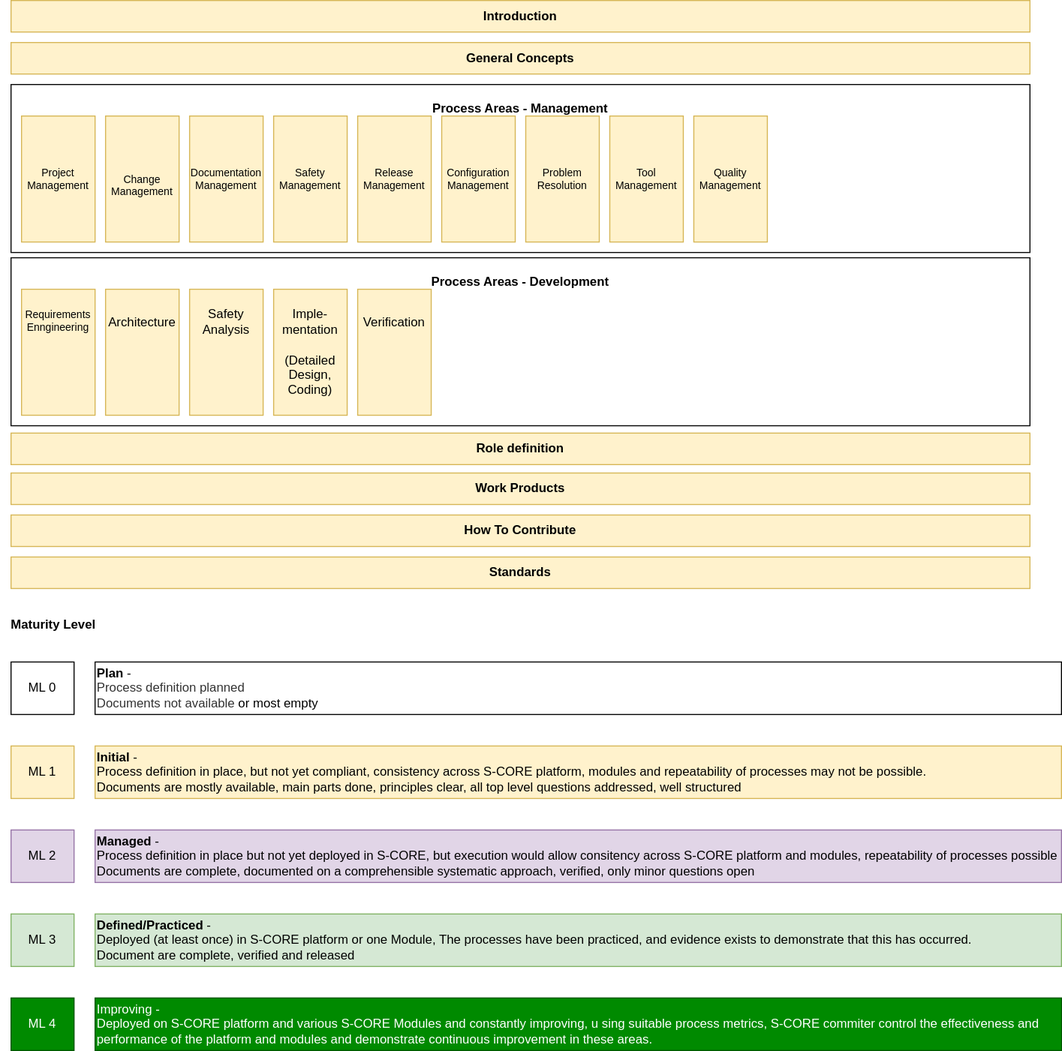
This is main/_images/score_process_area_overview.drawio.svg from eclipse-score/process_description, a draw.io export, as it was before one commit. Source tidied: cells renumbered, new cells last; positions are measured from the earlier drawing's top-left corner, leaving out a move shared by most shapes.
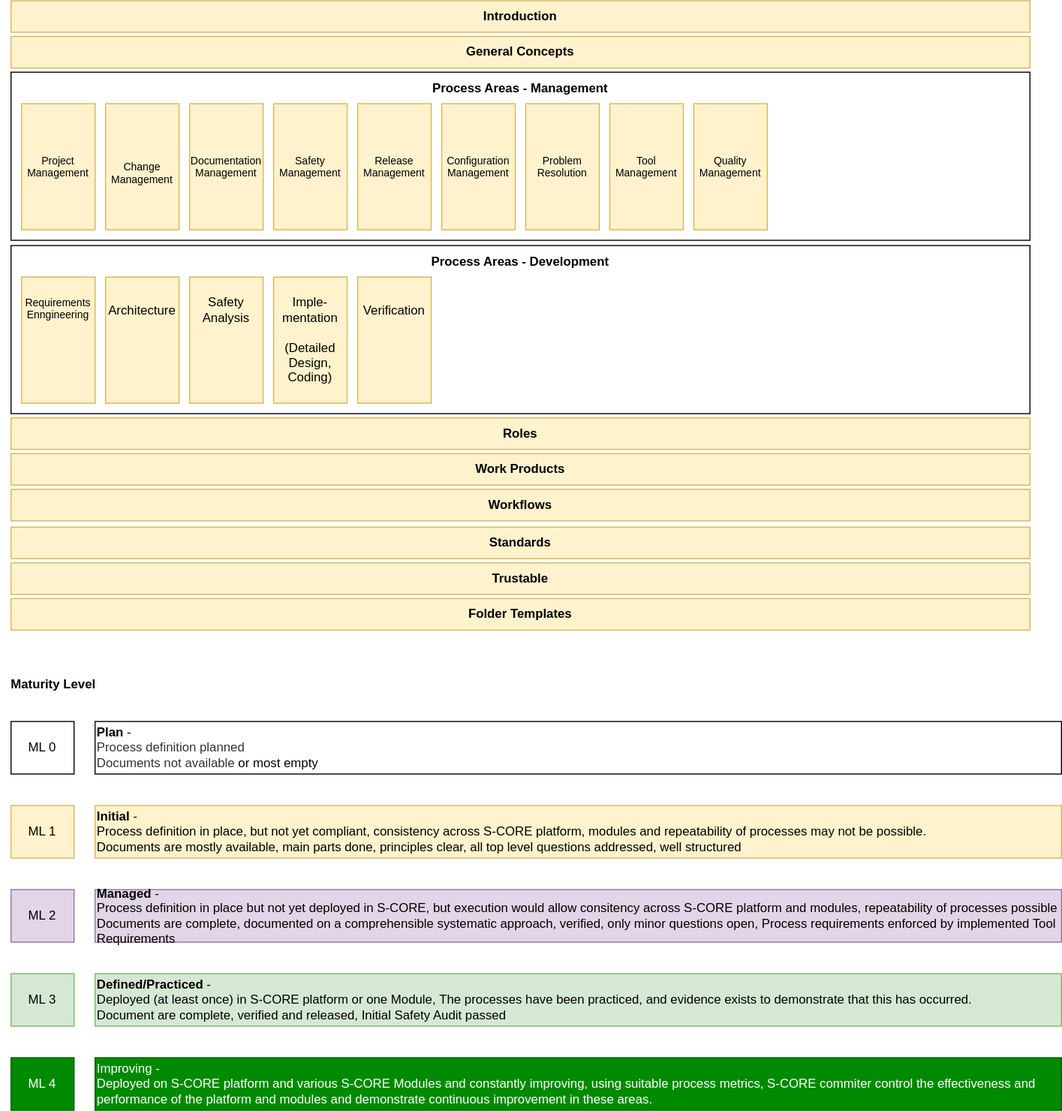
The same diagram one commit later.

The edit, as a diff of the source:
```diff
@@ -6,7 +6,7 @@
       <mxGeometry x="10" y="245" width="970" height="160" as="geometry" />
     </mxCell>
     <mxCell id="3" value="&lt;span style=&quot;&quot;&gt;Introduction&lt;/span&gt;" style="rounded=0;whiteSpace=wrap;html=1;fontStyle=1;fillColor=#fff2cc;strokeColor=#d6b656;" parent="1" vertex="1">
-      <mxGeometry x="10" width="970" height="30" as="geometry" />
+      <mxGeometry x="10" y="12" width="970" height="30" as="geometry" />
     </mxCell>
     <mxCell id="4" value="&lt;b&gt;&lt;br&gt;&lt;br&gt;Process Areas - Management&lt;br&gt;&lt;br&gt;&lt;br&gt;&lt;br&gt;&lt;br&gt;&lt;br&gt;&lt;br&gt;&lt;br&gt;&lt;br&gt;&lt;br&gt;&lt;br&gt;&amp;nbsp;&lt;/b&gt;" style="rounded=0;whiteSpace=wrap;html=1;" parent="1" vertex="1">
       <mxGeometry x="10" y="80" width="970" height="160" as="geometry" />
@@ -24,13 +24,13 @@
       <mxGeometry x="180" y="110" width="70" height="120" as="geometry" />
     </mxCell>
     <mxCell id="9" value="&lt;span style=&quot;&quot;&gt;General Concepts&lt;/span&gt;" style="rounded=0;whiteSpace=wrap;html=1;fontStyle=1;fillColor=#fff2cc;strokeColor=#d6b656;" parent="1" vertex="1">
-      <mxGeometry x="10" y="40" width="970" height="30" as="geometry" />
+      <mxGeometry x="10" y="46" width="970" height="30" as="geometry" />
     </mxCell>
     <mxCell id="10" value="&lt;span style=&quot;&quot;&gt;Standards&lt;/span&gt;" style="rounded=0;whiteSpace=wrap;html=1;fontStyle=1;fillColor=#fff2cc;strokeColor=#d6b656;" parent="1" vertex="1">
-      <mxGeometry x="10" y="530" width="970" height="30" as="geometry" />
+      <mxGeometry x="10" y="513" width="970" height="30" as="geometry" />
     </mxCell>
-    <mxCell id="11" value="&lt;span style=&quot;&quot;&gt;Role definition&lt;/span&gt;" style="rounded=0;whiteSpace=wrap;html=1;fontStyle=1;fillColor=#fff2cc;strokeColor=#d6b656;" parent="1" vertex="1">
-      <mxGeometry x="10" y="412" width="970" height="30" as="geometry" />
+    <mxCell id="11" value="&lt;span style=&quot;&quot;&gt;Roles&lt;/span&gt;" style="rounded=0;whiteSpace=wrap;html=1;fontStyle=1;fillColor=#fff2cc;strokeColor=#d6b656;" parent="1" vertex="1">
+      <mxGeometry x="10" y="409" width="970" height="30" as="geometry" />
     </mxCell>
     <mxCell id="12" value="&lt;br&gt;Architecture&lt;br&gt;&lt;br&gt;&lt;br&gt;&lt;br&gt;&lt;br&gt;&lt;br&gt;" style="rounded=0;whiteSpace=wrap;html=1;fillColor=#fff2cc;strokeColor=#d6b656;" parent="1" vertex="1">
       <mxGeometry x="100" y="275" width="70" height="120" as="geometry" />
@@ -42,13 +42,13 @@
       <mxGeometry x="500" y="110" width="70" height="120" as="geometry" />
     </mxCell>
     <mxCell id="15" value="ML 4" style="rounded=0;whiteSpace=wrap;html=1;fillColor=#008a00;strokeColor=#005700;fontColor=#ffffff;" parent="1" vertex="1">
-      <mxGeometry x="10" y="950" width="60" height="50" as="geometry" />
+      <mxGeometry x="10" y="1018" width="60" height="50" as="geometry" />
     </mxCell>
     <mxCell id="16" value="ML 2" style="rounded=0;whiteSpace=wrap;html=1;fillColor=#e1d5e7;strokeColor=#9673a6;" parent="1" vertex="1">
-      <mxGeometry x="10" y="790" width="60" height="50" as="geometry" />
+      <mxGeometry x="10" y="858" width="60" height="50" as="geometry" />
     </mxCell>
     <mxCell id="17" value="ML 1" style="rounded=0;whiteSpace=wrap;html=1;fillColor=#fff2cc;strokeColor=#d6b656;" parent="1" vertex="1">
-      <mxGeometry x="10" y="710" width="60" height="50" as="geometry" />
+      <mxGeometry x="10" y="778" width="60" height="50" as="geometry" />
     </mxCell>
     <mxCell id="18" value="&lt;br&gt;&lt;br&gt;Verification&lt;br&gt;&lt;br&gt;&lt;br&gt;&lt;br&gt;&lt;br&gt;&lt;br&gt;&lt;br&gt;" style="rounded=0;whiteSpace=wrap;html=1;fillColor=#fff2cc;strokeColor=#d6b656;" parent="1" vertex="1">
       <mxGeometry x="340" y="275" width="70" height="120" as="geometry" />
@@ -66,40 +66,46 @@
       <mxGeometry x="20" y="110" width="70" height="120" as="geometry" />
     </mxCell>
     <mxCell id="23" value="&lt;b&gt;Maturity Level&lt;/b&gt;" style="text;html=1;align=center;verticalAlign=middle;strokeColor=none;fillColor=none;" parent="1" vertex="1">
-      <mxGeometry y="580" width="100" height="30" as="geometry" />
+      <mxGeometry y="648" width="100" height="30" as="geometry" />
     </mxCell>
     <mxCell id="24" value="ML 0" style="rounded=0;whiteSpace=wrap;html=1;" parent="1" vertex="1">
-      <mxGeometry x="10" y="630" width="60" height="50" as="geometry" />
+      <mxGeometry x="10" y="698" width="60" height="50" as="geometry" />
     </mxCell>
     <mxCell id="25" value="Safety&lt;br&gt;Analysis&lt;br&gt;&lt;br&gt;&lt;br&gt;&lt;br&gt;&lt;br&gt;" style="rounded=0;whiteSpace=wrap;html=1;fillColor=#fff2cc;strokeColor=#d6b656;" parent="1" vertex="1">
       <mxGeometry x="180" y="275" width="70" height="120" as="geometry" />
     </mxCell>
     <mxCell id="26" value="&lt;span style=&quot;&quot;&gt;Work Products&lt;/span&gt;" style="rounded=0;whiteSpace=wrap;html=1;fontStyle=1;fillColor=#fff2cc;strokeColor=#d6b656;" parent="1" vertex="1">
-      <mxGeometry x="10" y="450" width="970" height="30" as="geometry" />
+      <mxGeometry x="10" y="443" width="970" height="30" as="geometry" />
     </mxCell>
-    <mxCell id="27" value="&lt;span style=&quot;&quot;&gt;How To Contribute&lt;/span&gt;" style="rounded=0;whiteSpace=wrap;html=1;fontStyle=1;fillColor=#fff2cc;strokeColor=#d6b656;" parent="1" vertex="1">
-      <mxGeometry x="10" y="490" width="970" height="30" as="geometry" />
+    <mxCell id="27" value="&lt;span style=&quot;&quot;&gt;Workflows&lt;/span&gt;" style="rounded=0;whiteSpace=wrap;html=1;fontStyle=1;fillColor=#fff2cc;strokeColor=#d6b656;" parent="1" vertex="1">
+      <mxGeometry x="10" y="477" width="970" height="30" as="geometry" />
     </mxCell>
     <mxCell id="28" value="ML 3" style="rounded=0;whiteSpace=wrap;html=1;fillColor=#d5e8d4;strokeColor=#82b366;" parent="1" vertex="1">
-      <mxGeometry x="10" y="870" width="60" height="50" as="geometry" />
+      <mxGeometry x="10" y="938" width="60" height="50" as="geometry" />
     </mxCell>
     <mxCell id="29" value="&lt;b&gt;Plan&lt;/b&gt; -&amp;nbsp;&lt;br&gt;&lt;span style=&quot;color: rgb(51, 51, 51);&quot;&gt;Process definition&amp;nbsp;planned&lt;br&gt;Documents not available&amp;nbsp;&lt;/span&gt;or most empty" style="rounded=0;whiteSpace=wrap;html=1;align=left;" parent="1" vertex="1">
-      <mxGeometry x="90" y="630" width="920" height="50" as="geometry" />
+      <mxGeometry x="90" y="698" width="920" height="50" as="geometry" />
     </mxCell>
     <mxCell id="30" value="&lt;b&gt;Initial&lt;/b&gt; -&amp;nbsp;&lt;br&gt;&lt;span style=&quot;background-color: initial;&quot;&gt;Process definition in&amp;nbsp;&lt;/span&gt;&lt;span style=&quot;background-color: initial;&quot;&gt;place, but not yet compliant,&amp;nbsp;&lt;/span&gt;&lt;span style=&quot;text-align: center;&quot;&gt;consistency across S-CORE platform, modules and repeatability of processes may not be possible.&lt;br&gt;Documents are mostly available, main parts done, principles clear, all top level questions addressed, well structured&lt;br&gt;&lt;/span&gt;" style="rounded=0;whiteSpace=wrap;html=1;fillColor=#fff2cc;strokeColor=#d6b656;align=left;" parent="1" vertex="1">
-      <mxGeometry x="90" y="710" width="920" height="50" as="geometry" />
+      <mxGeometry x="90" y="778" width="920" height="50" as="geometry" />
     </mxCell>
-    <mxCell id="31" value="&lt;b&gt;Managed&lt;/b&gt; -&lt;br&gt;&lt;span style=&quot;color: rgb(0, 0, 0); background-color: initial;&quot;&gt;Process definition in place but not&amp;nbsp;&lt;/span&gt;&lt;span style=&quot;color: rgb(0, 0, 0); background-color: initial;&quot;&gt;yet deployed in S-CORE, but&amp;nbsp;&lt;/span&gt;&lt;span style=&quot;text-align: center;&quot;&gt;execution would allow consitency across S-CORE platform and modules, repeatability of processes possible&lt;br&gt;Documents are complete, documented on a comprehensible systematic approach, verified, only minor questions open&lt;br&gt;&lt;/span&gt;" style="rounded=0;whiteSpace=wrap;html=1;fillColor=#e1d5e7;strokeColor=#9673a6;align=left;" parent="1" vertex="1">
-      <mxGeometry x="90" y="790" width="920" height="50" as="geometry" />
+    <mxCell id="31" value="&lt;b&gt;Managed&lt;/b&gt; -&lt;br&gt;&lt;span style=&quot;color: rgb(0, 0, 0); background-color: initial;&quot;&gt;Process definition in place but not&amp;nbsp;&lt;/span&gt;&lt;span style=&quot;color: rgb(0, 0, 0); background-color: initial;&quot;&gt;yet deployed in S-CORE, but&amp;nbsp;&lt;/span&gt;&lt;span style=&quot;text-align: center;&quot;&gt;execution would allow consitency across S-CORE platform and modules, repeatability of processes possible&lt;br&gt;Documents are complete, documented on a comprehensible systematic approach, verified, only minor questions open, Process requirements enforced by implemented Tool Requirements&amp;nbsp;&lt;br&gt;&lt;/span&gt;" style="rounded=0;whiteSpace=wrap;html=1;fillColor=#e1d5e7;strokeColor=#9673a6;align=left;" parent="1" vertex="1">
+      <mxGeometry x="90" y="858" width="920" height="50" as="geometry" />
     </mxCell>
-    <mxCell id="32" value="&lt;b&gt;Defined/Practiced&lt;/b&gt; -&amp;nbsp;&lt;br&gt;&lt;span style=&quot;color: rgb(0, 0, 0); background-color: initial;&quot;&gt;Deployed (at least once) in S-CORE platform or one Module,&amp;nbsp;&lt;/span&gt;&lt;span style=&quot;text-align: center;&quot;&gt;&lt;font color=&quot;#000000&quot;&gt;The processes have been practiced, and evidence exists to demonstrate that this has occurred.&amp;nbsp;&lt;/font&gt;&lt;br&gt;&lt;font color=&quot;#000000&quot;&gt;Document are complete, verified and released&lt;/font&gt;&lt;br&gt;&lt;/span&gt;" style="rounded=0;whiteSpace=wrap;html=1;fillColor=#d5e8d4;strokeColor=#82b366;align=left;" parent="1" vertex="1">
-      <mxGeometry x="90" y="870" width="920" height="50" as="geometry" />
+    <mxCell id="32" value="&lt;b&gt;Defined/Practiced&lt;/b&gt; -&amp;nbsp;&lt;br&gt;&lt;span style=&quot;color: rgb(0, 0, 0); background-color: initial;&quot;&gt;Deployed (at least once) in S-CORE platform or one Module,&amp;nbsp;&lt;/span&gt;&lt;span style=&quot;text-align: center;&quot;&gt;&lt;font color=&quot;#000000&quot;&gt;The processes have been practiced, and evidence exists to demonstrate that this has occurred.&amp;nbsp;&lt;/font&gt;&lt;br&gt;&lt;font color=&quot;#000000&quot;&gt;Document are complete, verified and released, Initial Safety Audit passed&lt;/font&gt;&lt;br&gt;&lt;/span&gt;" style="rounded=0;whiteSpace=wrap;html=1;fillColor=#d5e8d4;strokeColor=#82b366;align=left;" parent="1" vertex="1">
+      <mxGeometry x="90" y="938" width="920" height="50" as="geometry" />
     </mxCell>
     <mxCell id="33" value="Improving -&amp;nbsp;&lt;br&gt;&lt;span style=&quot;background-color: initial;&quot;&gt;Deployed on S-CORE platform and various S-CORE Modules and&amp;nbsp;&lt;/span&gt;&lt;span style=&quot;background-color: initial;&quot;&gt;constantly improving, u&lt;/span&gt;&lt;span style=&quot;text-align: center;&quot;&gt;sing suitable process metrics, S-CORE commiter control the effectiveness and performance of the platform and modules and demonstrate continuous improvement in these areas.&lt;/span&gt;" style="rounded=0;whiteSpace=wrap;html=1;fillColor=#008a00;strokeColor=#005700;fontColor=#FFFFFF;align=left;" parent="1" vertex="1">
-      <mxGeometry x="90" y="950" width="920" height="50" as="geometry" />
+      <mxGeometry x="90" y="1018" width="920" height="50" as="geometry" />
     </mxCell>
     <mxCell id="34" value="Release&lt;br style=&quot;font-size: 10px;&quot;&gt;Management" style="rounded=0;whiteSpace=wrap;html=1;fontSize=10;fillColor=#fff2cc;strokeColor=#d6b656;" parent="1" vertex="1">
       <mxGeometry x="340" y="110" width="70" height="120" as="geometry" />
     </mxCell>
+    <mxCell id="35" value="&lt;span style=&quot;&quot;&gt;Trustable&lt;/span&gt;" style="rounded=0;whiteSpace=wrap;html=1;fontStyle=1;fillColor=#fff2cc;strokeColor=#d6b656;" parent="1" vertex="1">
+      <mxGeometry x="10" y="547" width="970" height="30" as="geometry" />
+    </mxCell>
+    <mxCell id="36" value="&lt;span style=&quot;&quot;&gt;Folder Templates&lt;/span&gt;" style="rounded=0;whiteSpace=wrap;html=1;fontStyle=1;fillColor=#fff2cc;strokeColor=#d6b656;" parent="1" vertex="1">
+      <mxGeometry x="10" y="581" width="970" height="30" as="geometry" />
+    </mxCell>
   </root>
 </mxGraphModel>
```
